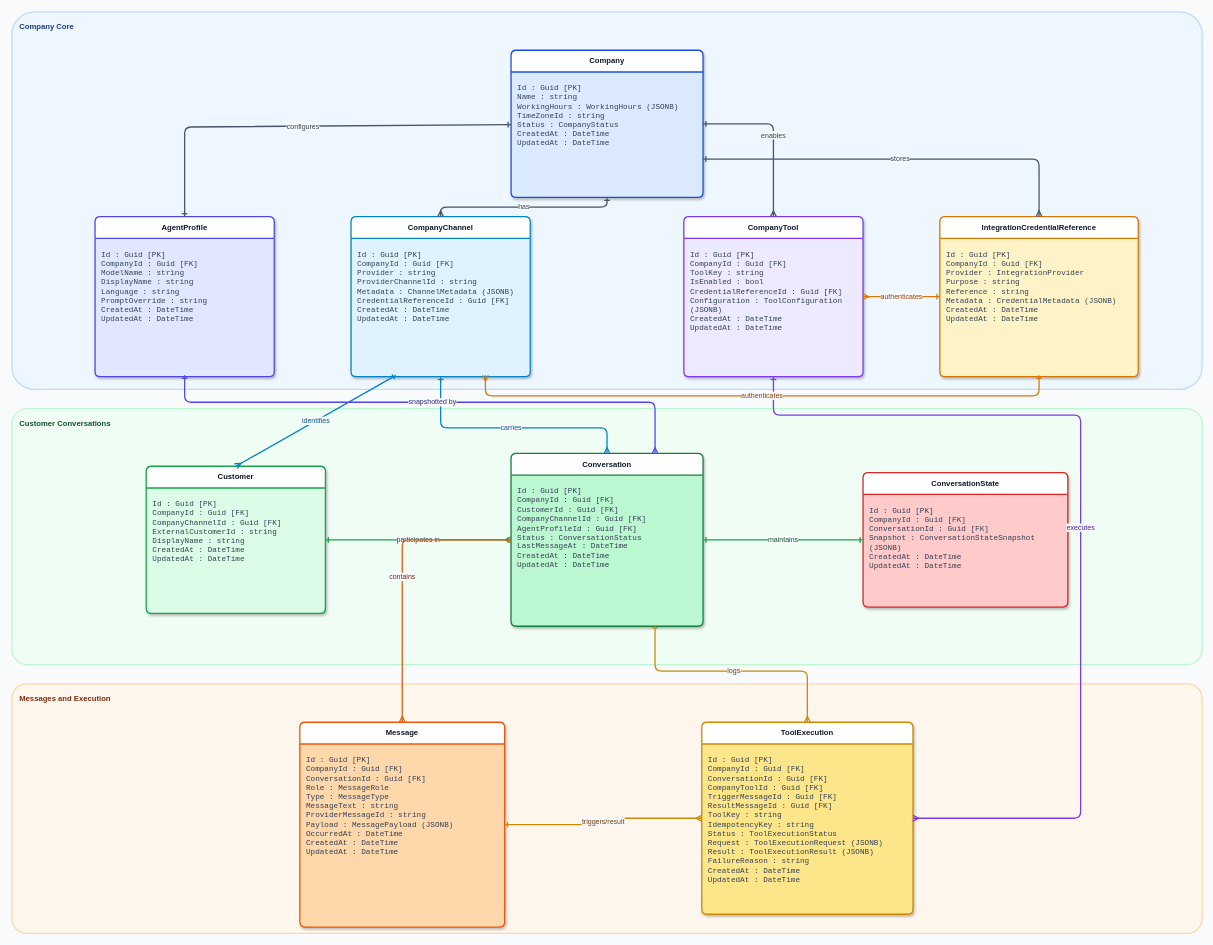
Before: docs/database_schema.drawio in farenassr/CEOAgent, a draw.io diagram. Source tidied: cells renumbered, new cells numbered last; positions are measured from the earlier drawing's top-left corner, leaving out a move shared by most shapes. Both pictures are drawn from the tidied source at 64%, with x=0, y=0 at pixel (12, 12).
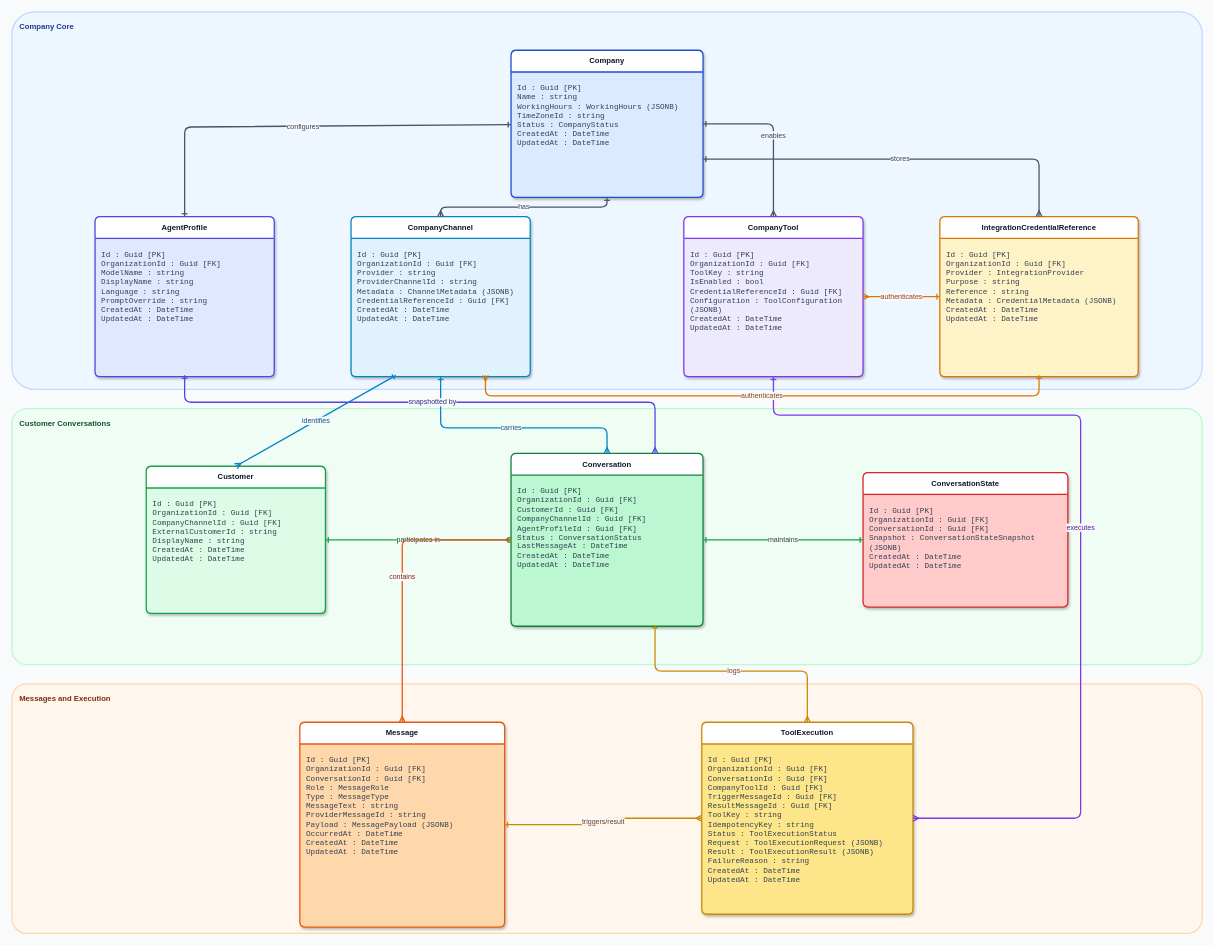
The same page after the edit.

Unchanged cells that the change refers to:
```xml
<mxCell id="7" value="AgentProfile" style="swimlane;whiteSpace=wrap;html=1;fontStyle=1;rounded=1;arcSize=8;startSize=34;fillColor=#ffffff;swimlaneFillColor=#e0e7ff;strokeColor=#4f46e5;strokeWidth=2;fontColor=#0f172a;shadow=1;" parent="1" vertex="1">
  <mxGeometry x="130" y="320" width="280" height="250" as="geometry" />
</mxCell>
<mxCell id="9" value="CompanyChannel" style="swimlane;whiteSpace=wrap;html=1;fontStyle=1;rounded=1;arcSize=8;startSize=34;fillColor=#ffffff;swimlaneFillColor=#e0f2fe;strokeColor=#0284c7;strokeWidth=2;fontColor=#0f172a;shadow=1;" parent="1" vertex="1">
  <mxGeometry x="530" y="320" width="280" height="250" as="geometry" />
</mxCell>
<mxCell id="11" value="CompanyTool" style="swimlane;whiteSpace=wrap;html=1;fontStyle=1;rounded=1;arcSize=8;startSize=34;fillColor=#ffffff;swimlaneFillColor=#ede9fe;strokeColor=#7c3aed;strokeWidth=2;fontColor=#0f172a;shadow=1;" parent="1" vertex="1">
  <mxGeometry x="1050" y="320" width="280" height="250" as="geometry" />
</mxCell>
<mxCell id="13" value="IntegrationCredentialReference" style="swimlane;whiteSpace=wrap;html=1;fontStyle=1;rounded=1;arcSize=8;startSize=34;fillColor=#ffffff;swimlaneFillColor=#fef3c7;strokeColor=#d97706;strokeWidth=2;fontColor=#0f172a;shadow=1;" parent="1" vertex="1">
  <mxGeometry x="1450" y="320" width="310" height="250" as="geometry" />
</mxCell>
<mxCell id="15" value="Customer" style="swimlane;whiteSpace=wrap;html=1;fontStyle=1;rounded=1;arcSize=8;startSize=34;fillColor=#ffffff;swimlaneFillColor=#dcfce7;strokeColor=#16a34a;strokeWidth=2;fontColor=#0f172a;shadow=1;" parent="1" vertex="1">
  <mxGeometry x="210" y="710" width="280" height="230" as="geometry" />
</mxCell>
<mxCell id="17" value="Conversation" style="swimlane;whiteSpace=wrap;html=1;fontStyle=1;rounded=1;arcSize=8;startSize=34;fillColor=#ffffff;swimlaneFillColor=#bbf7d0;strokeColor=#15803d;strokeWidth=2;fontColor=#0f172a;shadow=1;" parent="1" vertex="1">
  <mxGeometry x="780" y="690" width="300" height="270" as="geometry" />
</mxCell>
<mxCell id="19" value="ConversationState" style="swimlane;whiteSpace=wrap;html=1;fontStyle=1;rounded=1;arcSize=8;startSize=34;fillColor=#ffffff;swimlaneFillColor=#fecaca;strokeColor=#dc2626;strokeWidth=2;fontColor=#0f172a;shadow=1;" parent="1" vertex="1">
  <mxGeometry x="1330" y="720" width="320" height="210" as="geometry" />
</mxCell>
<mxCell id="21" value="Message" style="swimlane;whiteSpace=wrap;html=1;fontStyle=1;rounded=1;arcSize=8;startSize=34;fillColor=#ffffff;swimlaneFillColor=#fed7aa;strokeColor=#ea580c;strokeWidth=2;fontColor=#0f172a;shadow=1;" parent="1" vertex="1">
  <mxGeometry x="450" y="1110" width="320" height="320" as="geometry" />
</mxCell>
<mxCell id="23" value="ToolExecution" style="swimlane;whiteSpace=wrap;html=1;fontStyle=1;rounded=1;arcSize=8;startSize=34;fillColor=#ffffff;swimlaneFillColor=#fde68a;strokeColor=#ca8a04;strokeWidth=2;fontColor=#0f172a;shadow=1;" parent="1" vertex="1">
  <mxGeometry x="1078" y="1110" width="330" height="300" as="geometry" />
</mxCell>
```

The edit, as a diff of the source:
```diff
@@
-    <mxCell id="8" value="Id : Guid [PK]&#10;CompanyId : Guid [FK]&#10;ModelName : string&#10;DisplayName : string&#10;Language : string&#10;PromptOverride : string&#10;CreatedAt : DateTime&#10;UpdatedAt : DateTime" style="text;html=1;align=left;verticalAlign=top;whiteSpace=wrap;overflow=hidden;spacing=10;fontFamily=Consolas;fontSize=12;fontColor=#334155;" parent="7" vertex="1">
+    <mxCell id="8" value="Id : Guid [PK]&#10;OrganizationId : Guid [FK]&#10;ModelName : string&#10;DisplayName : string&#10;Language : string&#10;PromptOverride : string&#10;CreatedAt : DateTime&#10;UpdatedAt : DateTime" style="text;html=1;align=left;verticalAlign=top;whiteSpace=wrap;overflow=hidden;spacing=10;fontFamily=Consolas;fontSize=12;fontColor=#334155;" parent="7" vertex="1">
       <mxGeometry y="38" width="280" height="210" as="geometry" />
     </mxCell>
@@
-    <mxCell id="10" value="Id : Guid [PK]&#10;CompanyId : Guid [FK]&#10;Provider : string&#10;ProviderChannelId : string&#10;Metadata : ChannelMetadata (JSONB)&#10;CredentialReferenceId : Guid [FK]&#10;CreatedAt : DateTime&#10;UpdatedAt : DateTime" style="text;html=1;align=left;verticalAlign=top;whiteSpace=wrap;overflow=hidden;spacing=10;fontFamily=Consolas;fontSize=12;fontColor=#334155;" parent="9" vertex="1">
+    <mxCell id="10" value="Id : Guid [PK]&#10;OrganizationId : Guid [FK]&#10;Provider : string&#10;ProviderChannelId : string&#10;Metadata : ChannelMetadata (JSONB)&#10;CredentialReferenceId : Guid [FK]&#10;CreatedAt : DateTime&#10;UpdatedAt : DateTime" style="text;html=1;align=left;verticalAlign=top;whiteSpace=wrap;overflow=hidden;spacing=10;fontFamily=Consolas;fontSize=12;fontColor=#334155;" parent="9" vertex="1">
       <mxGeometry y="38" width="280" height="210" as="geometry" />
     </mxCell>
@@
-    <mxCell id="12" value="Id : Guid [PK]&#10;CompanyId : Guid [FK]&#10;ToolKey : string&#10;IsEnabled : bool&#10;CredentialReferenceId : Guid [FK]&#10;Configuration : ToolConfiguration (JSONB)&#10;CreatedAt : DateTime&#10;UpdatedAt : DateTime" style="text;html=1;align=left;verticalAlign=top;whiteSpace=wrap;overflow=hidden;spacing=10;fontFamily=Consolas;fontSize=12;fontColor=#334155;" parent="11" vertex="1">
+    <mxCell id="12" value="Id : Guid [PK]&#10;OrganizationId : Guid [FK]&#10;ToolKey : string&#10;IsEnabled : bool&#10;CredentialReferenceId : Guid [FK]&#10;Configuration : ToolConfiguration (JSONB)&#10;CreatedAt : DateTime&#10;UpdatedAt : DateTime" style="text;html=1;align=left;verticalAlign=top;whiteSpace=wrap;overflow=hidden;spacing=10;fontFamily=Consolas;fontSize=12;fontColor=#334155;" parent="11" vertex="1">
       <mxGeometry y="38" width="280" height="210" as="geometry" />
     </mxCell>
@@
-    <mxCell id="14" value="Id : Guid [PK]&#10;CompanyId : Guid [FK]&#10;Provider : IntegrationProvider&#10;Purpose : string&#10;Reference : string&#10;Metadata : CredentialMetadata (JSONB)&#10;CreatedAt : DateTime&#10;UpdatedAt : DateTime" style="text;html=1;align=left;verticalAlign=top;whiteSpace=wrap;overflow=hidden;spacing=10;fontFamily=Consolas;fontSize=12;fontColor=#334155;" parent="13" vertex="1">
+    <mxCell id="14" value="Id : Guid [PK]&#10;OrganizationId : Guid [FK]&#10;Provider : IntegrationProvider&#10;Purpose : string&#10;Reference : string&#10;Metadata : CredentialMetadata (JSONB)&#10;CreatedAt : DateTime&#10;UpdatedAt : DateTime" style="text;html=1;align=left;verticalAlign=top;whiteSpace=wrap;overflow=hidden;spacing=10;fontFamily=Consolas;fontSize=12;fontColor=#334155;" parent="13" vertex="1">
       <mxGeometry y="38" width="310" height="210" as="geometry" />
     </mxCell>
@@
-    <mxCell id="16" value="Id : Guid [PK]&#10;CompanyId : Guid [FK]&#10;CompanyChannelId : Guid [FK]&#10;ExternalCustomerId : string&#10;DisplayName : string&#10;CreatedAt : DateTime&#10;UpdatedAt : DateTime" style="text;html=1;align=left;verticalAlign=top;whiteSpace=wrap;overflow=hidden;spacing=10;fontFamily=Consolas;fontSize=12;fontColor=#334155;" parent="15" vertex="1">
+    <mxCell id="16" value="Id : Guid [PK]&#10;OrganizationId : Guid [FK]&#10;CompanyChannelId : Guid [FK]&#10;ExternalCustomerId : string&#10;DisplayName : string&#10;CreatedAt : DateTime&#10;UpdatedAt : DateTime" style="text;html=1;align=left;verticalAlign=top;whiteSpace=wrap;overflow=hidden;spacing=10;fontFamily=Consolas;fontSize=12;fontColor=#334155;" parent="15" vertex="1">
       <mxGeometry y="38" width="280" height="190" as="geometry" />
     </mxCell>
@@
-    <mxCell id="18" value="Id : Guid [PK]&lt;br&gt;CompanyId : Guid [FK]&lt;br&gt;CustomerId : Guid [FK]&lt;br&gt;CompanyChannelId : Guid [FK]&lt;br&gt;AgentProfileId : Guid [FK]&lt;br&gt;Status : ConversationStatus&lt;br&gt;LastMessageAt : DateTime&lt;br&gt;CreatedAt : DateTime&lt;br&gt;UpdatedAt : DateTime" style="text;html=1;align=left;verticalAlign=top;whiteSpace=wrap;overflow=hidden;spacing=10;fontFamily=Consolas;fontSize=12;fontColor=#334155;" parent="17" vertex="1">
+    <mxCell id="18" value="Id : Guid [PK]&lt;br&gt;OrganizationId : Guid [FK]&lt;br&gt;CustomerId : Guid [FK]&lt;br&gt;CompanyChannelId : Guid [FK]&lt;br&gt;AgentProfileId : Guid [FK]&lt;br&gt;Status : ConversationStatus&lt;br&gt;LastMessageAt : DateTime&lt;br&gt;CreatedAt : DateTime&lt;br&gt;UpdatedAt : DateTime" style="text;html=1;align=left;verticalAlign=top;whiteSpace=wrap;overflow=hidden;spacing=10;fontFamily=Consolas;fontSize=12;fontColor=#334155;" parent="17" vertex="1">
       <mxGeometry y="38" width="300" height="230" as="geometry" />
     </mxCell>
@@
-    <mxCell id="20" value="Id : Guid [PK]&lt;br&gt;CompanyId : Guid [FK]&lt;br&gt;ConversationId : Guid [FK]&lt;br&gt;Snapshot : ConversationStateSnapshot (JSONB)&lt;br&gt;CreatedAt : DateTime&lt;br&gt;UpdatedAt : DateTime" style="text;html=1;align=left;verticalAlign=top;whiteSpace=wrap;overflow=hidden;spacing=10;fontFamily=Consolas;fontSize=12;fontColor=#334155;" parent="19" vertex="1">
+    <mxCell id="20" value="Id : Guid [PK]&lt;br&gt;OrganizationId : Guid [FK]&lt;br&gt;ConversationId : Guid [FK]&lt;br&gt;Snapshot : ConversationStateSnapshot (JSONB)&lt;br&gt;CreatedAt : DateTime&lt;br&gt;UpdatedAt : DateTime" style="text;html=1;align=left;verticalAlign=top;whiteSpace=wrap;overflow=hidden;spacing=10;fontFamily=Consolas;fontSize=12;fontColor=#334155;" parent="19" vertex="1">
       <mxGeometry y="38" width="280" height="170" as="geometry" />
     </mxCell>
@@
-    <mxCell id="22" value="Id : Guid [PK]&lt;br&gt;CompanyId : Guid [FK]&lt;br&gt;ConversationId : Guid [FK]&lt;br&gt;Role : MessageRole&lt;br&gt;Type : MessageType&lt;br&gt;MessageText : string&lt;br&gt;ProviderMessageId : string&lt;br&gt;Payload : MessagePayload (JSONB)&lt;br&gt;OccurredAt : DateTime&lt;br&gt;CreatedAt : DateTime&lt;br&gt;UpdatedAt : DateTime" style="text;html=1;align=left;verticalAlign=top;whiteSpace=wrap;overflow=hidden;spacing=10;fontFamily=Consolas;fontSize=12;fontColor=#334155;" parent="21" vertex="1">
+    <mxCell id="22" value="Id : Guid [PK]&lt;br&gt;OrganizationId : Guid [FK]&lt;br&gt;ConversationId : Guid [FK]&lt;br&gt;Role : MessageRole&lt;br&gt;Type : MessageType&lt;br&gt;MessageText : string&lt;br&gt;ProviderMessageId : string&lt;br&gt;Payload : MessagePayload (JSONB)&lt;br&gt;OccurredAt : DateTime&lt;br&gt;CreatedAt : DateTime&lt;br&gt;UpdatedAt : DateTime" style="text;html=1;align=left;verticalAlign=top;whiteSpace=wrap;overflow=hidden;spacing=10;fontFamily=Consolas;fontSize=12;fontColor=#334155;" parent="21" vertex="1">
       <mxGeometry y="38" width="320" height="280" as="geometry" />
     </mxCell>
@@
-    <mxCell id="24" value="Id : Guid [PK]&#10;CompanyId : Guid [FK]&#10;ConversationId : Guid [FK]&#10;CompanyToolId : Guid [FK]&#10;TriggerMessageId : Guid [FK]&#10;ResultMessageId : Guid [FK]&#10;ToolKey : string&#10;IdempotencyKey : string&#10;Status : ToolExecutionStatus&#10;Request : ToolExecutionRequest (JSONB)&#10;Result : ToolExecutionResult (JSONB)&#10;FailureReason : string&#10;CreatedAt : DateTime&#10;UpdatedAt : DateTime" style="text;html=1;align=left;verticalAlign=top;whiteSpace=wrap;overflow=hidden;spacing=10;fontFamily=Consolas;fontSize=12;fontColor=#334155;" parent="23" vertex="1">
+    <mxCell id="24" value="Id : Guid [PK]&#10;OrganizationId : Guid [FK]&#10;ConversationId : Guid [FK]&#10;CompanyToolId : Guid [FK]&#10;TriggerMessageId : Guid [FK]&#10;ResultMessageId : Guid [FK]&#10;ToolKey : string&#10;IdempotencyKey : string&#10;Status : ToolExecutionStatus&#10;Request : ToolExecutionRequest (JSONB)&#10;Result : ToolExecutionResult (JSONB)&#10;FailureReason : string&#10;CreatedAt : DateTime&#10;UpdatedAt : DateTime" style="text;html=1;align=left;verticalAlign=top;whiteSpace=wrap;overflow=hidden;spacing=10;fontFamily=Consolas;fontSize=12;fontColor=#334155;" parent="23" vertex="1">
       <mxGeometry y="38" width="330" height="260" as="geometry" />
     </mxCell>
```
